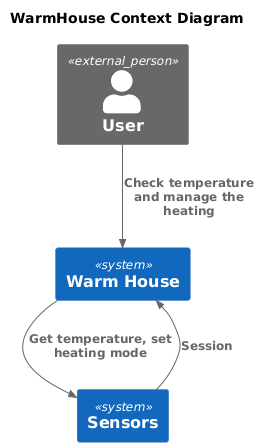
Earlier version of the PlantUML export current-context-diagram.png (pgalonza/architecture-sprint-3).
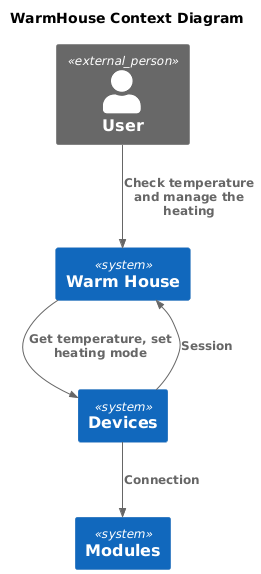
Later version of the same file.

Change to the diagram source:
```diff
@@ -7,8 +7,10 @@
 
 Person_Ext(user, "User")
 System(warmhouse, "Warm House")
-System(sensors, 'Sensors')
+System(devices, 'Devices')
+System(modules, 'Modules')
 Rel(user, warmhouse, "Check temperature and manage the heating")
-Rel(warmhouse, sensors, "Get temperature, set heating mode")
-Rel(sensors, warmhouse, "Session")
+Rel(warmhouse, devices, "Get temperature, set heating mode")
+Rel(devices, warmhouse, "Session")
+Rel(devices, modules, "Connection")
 @enduml
```
